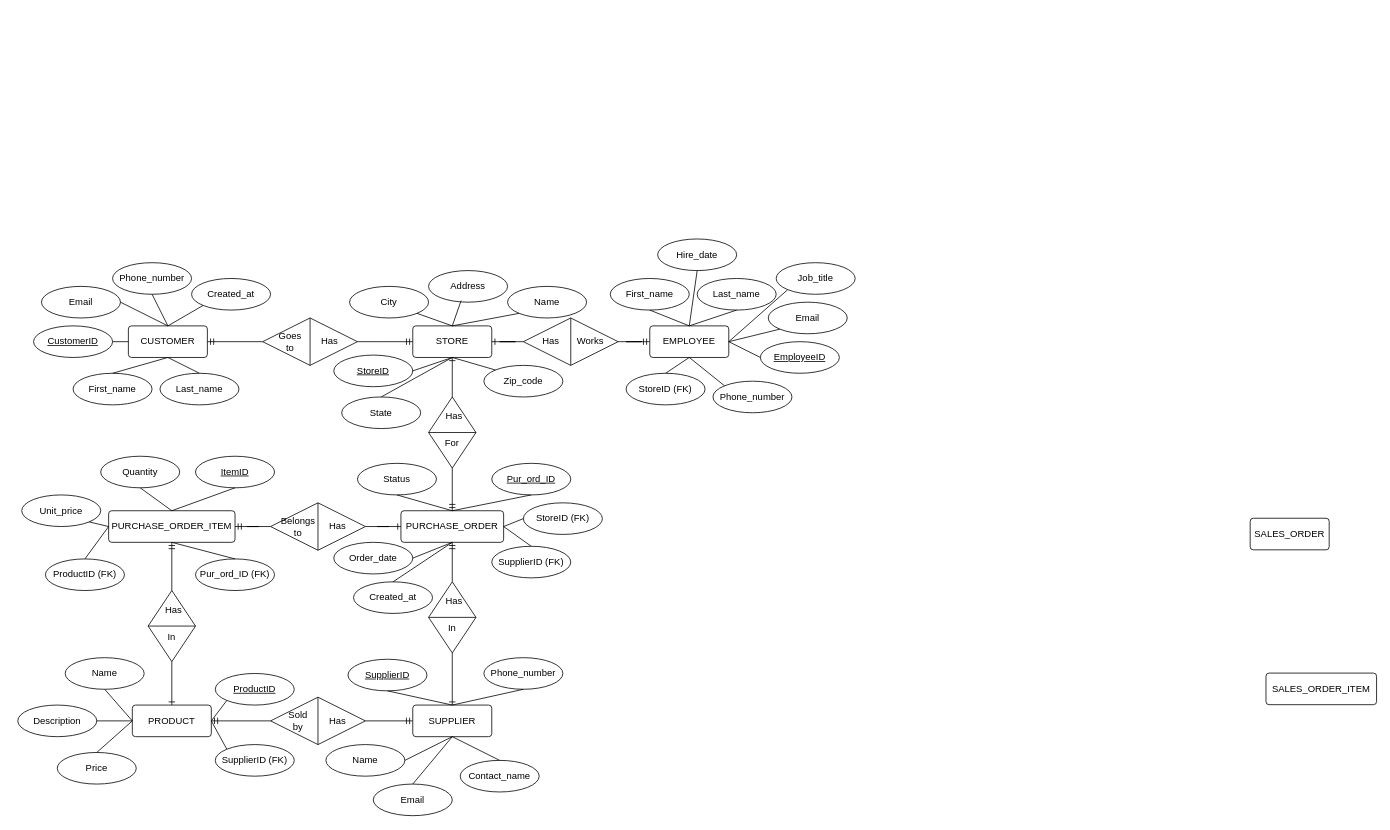
Shantanu-Barua/prt563_dbdesign keeps this draw.io diagram as diagrams/EER_563.drawio. Above is the earlier version. Source tidied: cells renumbered, new cells numbered last; positions are measured from the earlier drawing's top-left corner, leaving out a move shared by most shapes. Both pictures are drawn from the tidied source at 79%, with x=0, y=0 at pixel (17, 239).
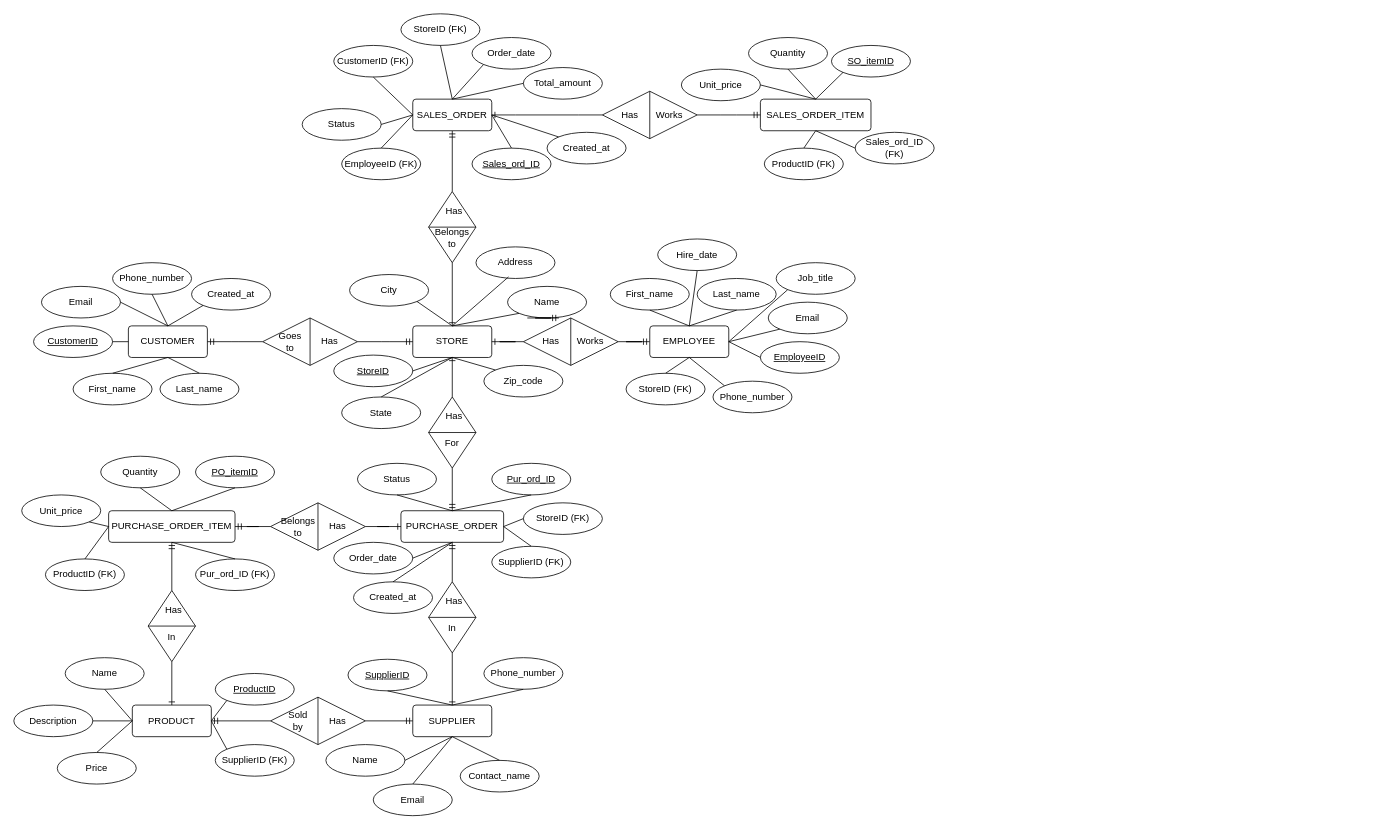
Above is the later version.

Unchanged cells that the change refers to:
```xml
<mxCell id="3" value="STORE" style="rounded=1;arcSize=10;whiteSpace=wrap;html=1;align=center;" parent="1" vertex="1">
  <mxGeometry x="500" y="110" width="100" height="40" as="geometry" />
</mxCell>
```

Diff of the diagram source:
```diff
@@
-    <mxCell id="6" value="SALES_ORDER_ITEM" style="rounded=1;arcSize=10;whiteSpace=wrap;html=1;align=center;" parent="1" vertex="1">
-      <mxGeometry x="1580" y="549.5" width="140" height="40" as="geometry" />
-    </mxCell>
-    <mxCell id="7" value="SALES_ORDER" style="rounded=1;arcSize=10;whiteSpace=wrap;html=1;align=center;" parent="1" vertex="1">
-      <mxGeometry x="1560" y="353.5" width="100" height="40" as="geometry" />
-    </mxCell>
@@
     <mxCell id="24" value="Address" style="ellipse;whiteSpace=wrap;html=1;align=center;" parent="1" vertex="1">
-      <mxGeometry x="520" y="40" width="100" height="40" as="geometry" />
+      <mxGeometry x="580" y="10" width="100" height="40" as="geometry" />
     </mxCell>
     <mxCell id="25" value="City" style="ellipse;whiteSpace=wrap;html=1;align=center;" parent="1" vertex="1">
-      <mxGeometry x="420" y="60" width="100" height="40" as="geometry" />
+      <mxGeometry x="420" y="45" width="100" height="40" as="geometry" />
     </mxCell>
@@
-    <mxCell id="84" value="&lt;u&gt;ItemID&lt;/u&gt;" style="ellipse;whiteSpace=wrap;html=1;align=center;" parent="1" vertex="1">
+    <mxCell id="84" value="&lt;u&gt;PO_itemID&lt;/u&gt;" style="ellipse;whiteSpace=wrap;html=1;align=center;" parent="1" vertex="1">
       <mxGeometry x="225" y="275" width="100" height="40" as="geometry" />
     </mxCell>
@@
     <mxCell id="104" value="Description" style="ellipse;whiteSpace=wrap;html=1;align=center;" parent="1" vertex="1">
-      <mxGeometry y="590" width="100" height="40" as="geometry" />
+      <mxGeometry x="-5" y="590" width="100" height="40" as="geometry" />
     </mxCell>
@@
+    <mxCell id="142" style="group;rotation=90;" parent="1" vertex="1">
+      <mxGeometry x="490" y="-60" width="120" height="75" as="geometry" />
+    </mxCell>
+    <mxCell id="143" style="shape=rhombus;perimeter=rhombusPerimeter;whiteSpace=wrap;html=1;align=center;rotation=90;" parent="142" vertex="1">
+      <mxGeometry x="15" y="15" width="90" height="60" as="geometry" />
+    </mxCell>
+    <mxCell id="144" value="Belongs to" style="rounded=0;whiteSpace=wrap;html=1;fillColor=none;strokeColor=none;rotation=0;" parent="142" vertex="1">
+      <mxGeometry x="45" y="49" width="30" height="20" as="geometry" />
+    </mxCell>
+    <mxCell id="145" value="Has" style="rounded=0;whiteSpace=wrap;html=1;fillColor=none;strokeColor=none;rotation=0;" parent="142" vertex="1">
+      <mxGeometry x="45" y="10" width="35" height="30" as="geometry" />
+    </mxCell>
+    <mxCell id="146" style="endArrow=none;html=1;rounded=0;exitX=0.5;exitY=0;exitDx=0;exitDy=0;entryX=0.5;entryY=1;entryDx=0;entryDy=0;" parent="142" edge="1" source="143" target="143">
+      <mxGeometry relative="1" as="geometry" />
+    </mxCell>
+    <mxCell id="147" style="fontSize=12;html=1;endArrow=ERone;endFill=0;rounded=0;entryX=0.5;entryY=0;entryDx=0;entryDy=0;exitX=1;exitY=0.5;exitDx=0;exitDy=0;" parent="1" edge="1" source="143" target="3">
+      <mxGeometry relative="1" as="geometry" />
+    </mxCell>
+    <mxCell id="148" style="fontSize=12;html=1;endArrow=ERmandOne;endFill=0;rounded=0;entryX=0.5;entryY=1;entryDx=0;entryDy=0;exitX=0;exitY=0.5;exitDx=0;exitDy=0;" parent="1" edge="1" source="143" target="7">
+      <mxGeometry relative="1" as="geometry" />
+    </mxCell>
+    <mxCell id="149" style="group;" parent="1" vertex="1">
+      <mxGeometry x="740" y="-187" width="120" height="60" as="geometry" />
+    </mxCell>
+    <mxCell id="150" style="shape=rhombus;perimeter=rhombusPerimeter;whiteSpace=wrap;html=1;align=center;" parent="149" vertex="1">
+      <mxGeometry width="120" height="60" as="geometry" />
+    </mxCell>
+    <mxCell id="151" value="Works" style="rounded=0;whiteSpace=wrap;html=1;fillColor=none;strokeColor=none;" parent="149" vertex="1">
+      <mxGeometry x="70" y="20" width="30" height="20" as="geometry" />
+    </mxCell>
+    <mxCell id="152" value="Has" style="rounded=0;whiteSpace=wrap;html=1;fillColor=none;strokeColor=none;" parent="149" vertex="1">
+      <mxGeometry x="20" y="20" width="30" height="20" as="geometry" />
+    </mxCell>
+    <mxCell id="153" style="endArrow=none;html=1;rounded=0;exitX=0.5;exitY=0;exitDx=0;exitDy=0;entryX=0.5;entryY=1;entryDx=0;entryDy=0;" parent="149" edge="1" source="150" target="150">
+      <mxGeometry relative="1" as="geometry" />
+    </mxCell>
+    <mxCell id="154" style="group;" parent="1" vertex="1">
+      <mxGeometry x="360" y="-285" width="410" height="210" as="geometry" />
+    </mxCell>
+    <mxCell id="7" value="SALES_ORDER" style="rounded=1;arcSize=10;whiteSpace=wrap;html=1;align=center;" parent="154" vertex="1">
+      <mxGeometry x="140" y="108" width="100" height="40" as="geometry" />
+    </mxCell>
+    <mxCell id="155" value="&lt;u&gt;Sales_ord_ID&lt;/u&gt;" style="ellipse;whiteSpace=wrap;html=1;align=center;" parent="154" vertex="1">
+      <mxGeometry x="215" y="170" width="100" height="40" as="geometry" />
+    </mxCell>
+    <mxCell id="156" value="CustomerID (FK)" style="ellipse;whiteSpace=wrap;html=1;align=center;" parent="154" vertex="1">
+      <mxGeometry x="40" y="40" width="100" height="40" as="geometry" />
+    </mxCell>
+    <mxCell id="157" value="StoreID (FK)" style="ellipse;whiteSpace=wrap;html=1;align=center;" parent="154" vertex="1">
+      <mxGeometry x="125" width="100" height="40" as="geometry" />
+    </mxCell>
+    <mxCell id="158" value="EmployeeID (FK)" style="ellipse;whiteSpace=wrap;html=1;align=center;" parent="154" vertex="1">
+      <mxGeometry x="50" y="170" width="100" height="40" as="geometry" />
+    </mxCell>
+    <mxCell id="159" value="Order_date" style="ellipse;whiteSpace=wrap;html=1;align=center;" parent="154" vertex="1">
+      <mxGeometry x="215" y="30" width="100" height="40" as="geometry" />
+    </mxCell>
+    <mxCell id="160" value="Total_amount" style="ellipse;whiteSpace=wrap;html=1;align=center;" parent="154" vertex="1">
+      <mxGeometry x="280" y="68" width="100" height="40" as="geometry" />
+    </mxCell>
+    <mxCell id="161" value="Status" style="ellipse;whiteSpace=wrap;html=1;align=center;" parent="154" vertex="1">
+      <mxGeometry y="120" width="100" height="40" as="geometry" />
+    </mxCell>
+    <mxCell id="162" value="Created_at" style="ellipse;whiteSpace=wrap;html=1;align=center;" parent="154" vertex="1">
+      <mxGeometry x="310" y="150" width="100" height="40" as="geometry" />
+    </mxCell>
+    <mxCell id="163" style="endArrow=none;html=1;rounded=0;exitX=0.5;exitY=1;exitDx=0;exitDy=0;entryX=0.5;entryY=0;entryDx=0;entryDy=0;" parent="154" edge="1" source="157" target="7">
+      <mxGeometry relative="1" as="geometry" />
+    </mxCell>
+    <mxCell id="164" style="endArrow=none;html=1;rounded=0;exitX=0.5;exitY=0;exitDx=0;exitDy=0;entryX=0;entryY=1;entryDx=0;entryDy=0;" parent="154" edge="1" source="7" target="159">
+      <mxGeometry relative="1" as="geometry" />
+    </mxCell>
+    <mxCell id="165" style="endArrow=none;html=1;rounded=0;exitX=0.5;exitY=0;exitDx=0;exitDy=0;entryX=0;entryY=0.5;entryDx=0;entryDy=0;" parent="154" edge="1" source="7" target="160">
+      <mxGeometry relative="1" as="geometry" />
+    </mxCell>
+    <mxCell id="166" style="endArrow=none;html=1;rounded=0;exitX=1;exitY=0.5;exitDx=0;exitDy=0;entryX=0;entryY=0;entryDx=0;entryDy=0;" parent="154" edge="1" source="7" target="162">
+      <mxGeometry relative="1" as="geometry" />
+    </mxCell>
+    <mxCell id="167" style="endArrow=none;html=1;rounded=0;exitX=1;exitY=0.5;exitDx=0;exitDy=0;entryX=0.5;entryY=0;entryDx=0;entryDy=0;" parent="154" edge="1" source="7" target="155">
+      <mxGeometry relative="1" as="geometry" />
+    </mxCell>
+    <mxCell id="168" style="endArrow=none;html=1;rounded=0;exitX=0.5;exitY=1;exitDx=0;exitDy=0;entryX=0;entryY=0.5;entryDx=0;entryDy=0;" parent="154" edge="1" source="156" target="7">
+      <mxGeometry relative="1" as="geometry" />
+    </mxCell>
+    <mxCell id="169" style="endArrow=none;html=1;rounded=0;exitX=0;exitY=0.5;exitDx=0;exitDy=0;entryX=1;entryY=0.5;entryDx=0;entryDy=0;" parent="154" edge="1" source="7" target="161">
+      <mxGeometry relative="1" as="geometry" />
+    </mxCell>
+    <mxCell id="170" style="endArrow=none;html=1;rounded=0;exitX=0;exitY=0.5;exitDx=0;exitDy=0;entryX=0.5;entryY=0;entryDx=0;entryDy=0;" parent="154" edge="1" source="7" target="158">
+      <mxGeometry relative="1" as="geometry" />
+    </mxCell>
+    <mxCell id="171" style="group;" parent="1" vertex="1">
+      <mxGeometry x="840" y="-255" width="320" height="180" as="geometry" />
+    </mxCell>
+    <mxCell id="6" value="SALES_ORDER_ITEM" style="rounded=1;arcSize=10;whiteSpace=wrap;html=1;align=center;" parent="171" vertex="1">
+      <mxGeometry x="100" y="78" width="140" height="40" as="geometry" />
+    </mxCell>
+    <mxCell id="172" value="&lt;u&gt;SO_itemID&lt;/u&gt;" style="ellipse;whiteSpace=wrap;html=1;align=center;" parent="171" vertex="1">
+      <mxGeometry x="190" y="10" width="100" height="40" as="geometry" />
+    </mxCell>
+    <mxCell id="173" value="Sales_ord_ID (FK)" style="ellipse;whiteSpace=wrap;html=1;align=center;" parent="171" vertex="1">
+      <mxGeometry x="220" y="120" width="100" height="40" as="geometry" />
+    </mxCell>
+    <mxCell id="174" value="ProductID (FK)" style="ellipse;whiteSpace=wrap;html=1;align=center;" parent="171" vertex="1">
+      <mxGeometry x="105" y="140" width="100" height="40" as="geometry" />
+    </mxCell>
+    <mxCell id="175" value="Quantity" style="ellipse;whiteSpace=wrap;html=1;align=center;" parent="171" vertex="1">
+      <mxGeometry x="85" width="100" height="40" as="geometry" />
+    </mxCell>
+    <mxCell id="176" value="Unit_price" style="ellipse;whiteSpace=wrap;html=1;align=center;" parent="171" vertex="1">
+      <mxGeometry y="40" width="100" height="40" as="geometry" />
+    </mxCell>
+    <mxCell id="177" style="endArrow=none;html=1;rounded=0;exitX=1;exitY=0.5;exitDx=0;exitDy=0;entryX=0.5;entryY=0;entryDx=0;entryDy=0;" parent="171" edge="1" source="176" target="6">
+      <mxGeometry relative="1" as="geometry" />
+    </mxCell>
+    <mxCell id="178" style="endArrow=none;html=1;rounded=0;exitX=0.5;exitY=1;exitDx=0;exitDy=0;entryX=0.5;entryY=0;entryDx=0;entryDy=0;" parent="171" edge="1" source="175" target="6">
+      <mxGeometry relative="1" as="geometry" />
+    </mxCell>
+    <mxCell id="179" style="endArrow=none;html=1;rounded=0;exitX=0;exitY=1;exitDx=0;exitDy=0;entryX=0.5;entryY=0;entryDx=0;entryDy=0;" parent="171" edge="1" source="172" target="6">
+      <mxGeometry relative="1" as="geometry" />
+    </mxCell>
+    <mxCell id="180" style="endArrow=none;html=1;rounded=0;exitX=0.5;exitY=1;exitDx=0;exitDy=0;entryX=0;entryY=0.5;entryDx=0;entryDy=0;" parent="171" edge="1" source="6" target="173">
+      <mxGeometry relative="1" as="geometry" />
+    </mxCell>
+    <mxCell id="181" style="endArrow=none;html=1;rounded=0;exitX=0.5;exitY=1;exitDx=0;exitDy=0;entryX=0.5;entryY=0;entryDx=0;entryDy=0;" parent="171" edge="1" source="6" target="174">
+      <mxGeometry relative="1" as="geometry" />
+    </mxCell>
+    <mxCell id="182" style="edgeStyle=entityRelationEdgeStyle;fontSize=12;html=1;endArrow=ERmandOne;endFill=0;rounded=0;entryX=0;entryY=0.5;entryDx=0;entryDy=0;exitX=1;exitY=0.5;exitDx=0;exitDy=0;" parent="1" edge="1" source="150" target="6">
+      <mxGeometry relative="1" as="geometry" />
+    </mxCell>
+    <mxCell id="183" style="edgeStyle=entityRelationEdgeStyle;fontSize=12;html=1;endArrow=ERmandOne;endFill=0;rounded=0;entryX=0;entryY=0.5;entryDx=0;entryDy=0;exitX=1;exitY=0.5;exitDx=0;exitDy=0;" parent="1" edge="1">
+      <mxGeometry relative="1" as="geometry">
+        <mxPoint x="645" y="100" as="sourcePoint" />
+        <mxPoint x="685" y="100" as="targetPoint" />
+      </mxGeometry>
+    </mxCell>
+    <mxCell id="184" style="edgeStyle=entityRelationEdgeStyle;fontSize=12;html=1;endArrow=ERone;rounded=0;entryX=1;entryY=0.5;entryDx=0;entryDy=0;exitX=0;exitY=0.5;exitDx=0;exitDy=0;endFill=0;" parent="1" edge="1" source="150" target="7">
+      <mxGeometry relative="1" as="geometry">
+        <Array as="points">
+          <mxPoint x="715" y="-20" />
+          <mxPoint x="685" />
+          <mxPoint x="725" y="-20" />
+          <mxPoint x="705" y="-10" />
+          <mxPoint x="715" y="-110" />
+          <mxPoint x="785" y="-120" />
+          <mxPoint x="685" y="20" />
+          <mxPoint x="705" y="-20" />
+          <mxPoint x="695" y="-30" />
+          <mxPoint x="695" y="20" />
+        </Array>
+      </mxGeometry>
+    </mxCell>
```
